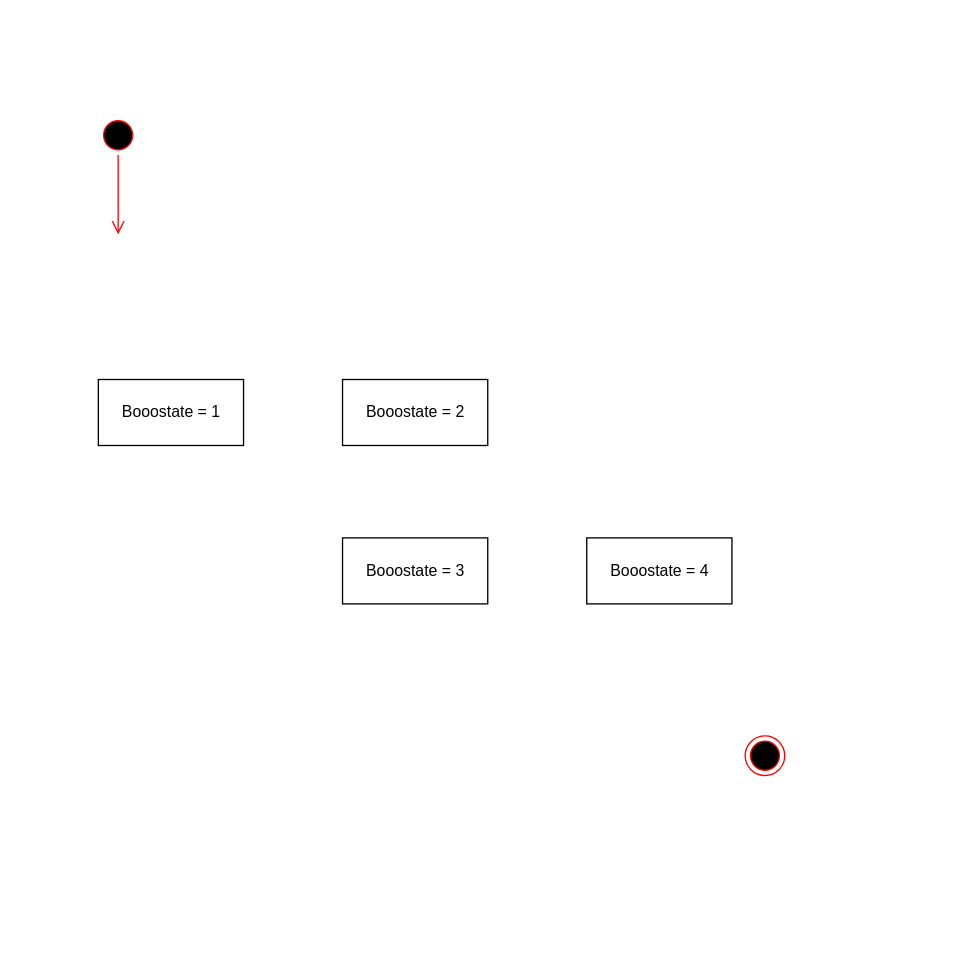
Earlier version of the draw.io diagram Untitled Diagram.drawio (starbuckslatte/starbuckslatte.github.io). Source tidied: cells renumbered, new cells numbered last; positions are measured from the earlier drawing's top-left corner, leaving out a move shared by most shapes. Both pictures are drawn from the tidied source at 132%, with x=0, y=0 at pixel (98, 115).
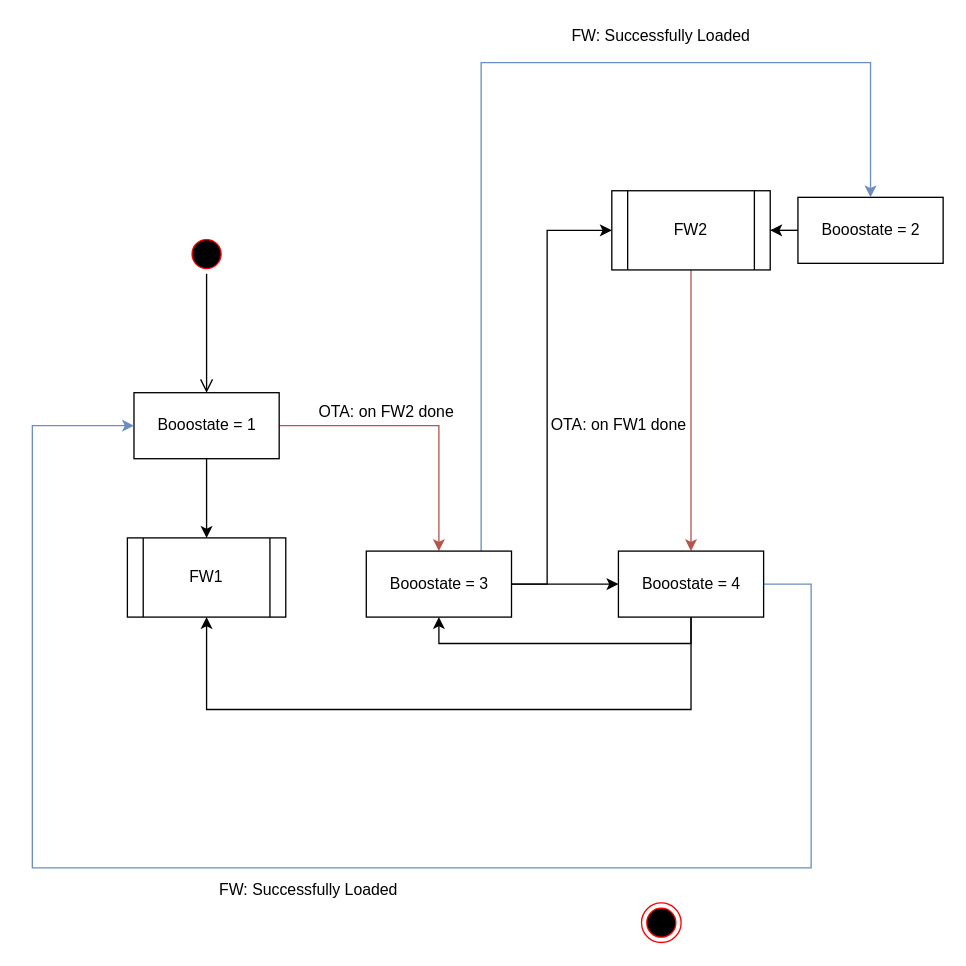
After the change.

What changed in the source:
```diff
@@
     <mxCell id="2" style="ellipse;html=1;shape=startState;fillColor=#000000;strokeColor=#ff0000;" parent="1" vertex="1">
-      <mxGeometry width="30" height="30" as="geometry" />
+      <mxGeometry x="67" y="90" width="30" height="30" as="geometry" />
     </mxCell>
-    <mxCell id="3" style="edgeStyle=orthogonalEdgeStyle;html=1;verticalAlign=bottom;endArrow=open;endSize=8;strokeColor=#ff0000;" parent="1" edge="1" source="2">
-      <mxGeometry relative="1" as="geometry">
-        <mxPoint x="15" y="90" as="targetPoint" />
-      </mxGeometry>
+    <mxCell id="3" style="edgeStyle=orthogonalEdgeStyle;html=1;verticalAlign=bottom;endArrow=open;endSize=8;strokeColor=#000000;" parent="1" edge="1" source="2" target="5">
+      <mxGeometry relative="1" as="geometry" />
     </mxCell>
     <mxCell id="4" style="ellipse;html=1;shape=endState;fillColor=#000000;strokeColor=#ff0000;" parent="1" vertex="1">
-      <mxGeometry x="490" y="470" width="30" height="30" as="geometry" />
+      <mxGeometry x="411.5" y="596.5" width="30" height="30" as="geometry" />
     </mxCell>
+    <mxCell id="9" style="edgeStyle=orthogonalEdgeStyle;rounded=0;jettySize=auto;html=1;fillColor=#f8cecc;strokeColor=#b85450;" parent="1" edge="1" source="5" target="7">
+      <mxGeometry relative="1" as="geometry" />
+    </mxCell>
+    <mxCell id="10" style="edgeStyle=orthogonalEdgeStyle;rounded=0;jettySize=auto;html=1;" parent="1" edge="1" source="5" target="24">
+      <mxGeometry relative="1" as="geometry" />
+    </mxCell>
     <mxCell id="5" value="Booostate = 1" style="html=1;" parent="1" vertex="1">
-      <mxGeometry y="200" width="110" height="50" as="geometry" />
+      <mxGeometry x="27" y="210" width="110" height="50" as="geometry" />
     </mxCell>
+    <mxCell id="11" style="edgeStyle=orthogonalEdgeStyle;rounded=0;jettySize=auto;html=1;fillColor=#f8cecc;strokeColor=#b85450;" parent="1" edge="1" source="6" target="8">
+      <mxGeometry relative="1" as="geometry" />
+    </mxCell>
+    <mxCell id="12" style="edgeStyle=orthogonalEdgeStyle;rounded=0;jettySize=auto;html=1;" parent="1" edge="1" source="6" target="23">
+      <mxGeometry relative="1" as="geometry" />
+    </mxCell>
     <mxCell id="6" value="Booostate = 2" style="html=1;" parent="1" vertex="1">
-      <mxGeometry x="185" y="200" width="110" height="50" as="geometry" />
+      <mxGeometry x="530" y="62" width="110" height="50" as="geometry" />
     </mxCell>
+    <mxCell id="13" style="edgeStyle=orthogonalEdgeStyle;rounded=0;jettySize=auto;html=1;" parent="1" edge="1" source="7" target="8">
+      <mxGeometry relative="1" as="geometry" />
+    </mxCell>
+    <mxCell id="14" style="edgeStyle=orthogonalEdgeStyle;rounded=0;jettySize=auto;html=1;strokeColor=#6c8ebf;fillColor=#dae8fc;entryX=0.5;entryY=0;entryDx=0;entryDy=0;" parent="1" edge="1" source="7" target="6">
+      <mxGeometry relative="1" as="geometry">
+        <Array as="points">
+          <mxPoint x="290" y="-40" />
+          <mxPoint x="585" y="-40" />
+        </Array>
+      </mxGeometry>
+    </mxCell>
+    <mxCell id="15" style="edgeStyle=orthogonalEdgeStyle;rounded=0;jettySize=auto;html=1;exitX=1;exitY=0.5;exitDx=0;exitDy=0;entryX=0;entryY=0.5;entryDx=0;entryDy=0;" parent="1" edge="1" source="7" target="23">
+      <mxGeometry relative="1" as="geometry">
+        <Array as="points">
+          <mxPoint x="340" y="355" />
+          <mxPoint x="340" y="87" />
+        </Array>
+      </mxGeometry>
+    </mxCell>
     <mxCell id="7" value="Booostate = 3" style="html=1;" parent="1" vertex="1">
-      <mxGeometry x="185" y="320" width="110" height="50" as="geometry" />
+      <mxGeometry x="203" y="330" width="110" height="50" as="geometry" />
     </mxCell>
+    <mxCell id="16" style="edgeStyle=orthogonalEdgeStyle;rounded=0;jettySize=auto;html=1;entryX=0.5;entryY=1;entryDx=0;entryDy=0;" parent="1" edge="1" source="8" target="7">
+      <mxGeometry relative="1" as="geometry">
+        <Array as="points">
+          <mxPoint x="449" y="400" />
+          <mxPoint x="258" y="400" />
+        </Array>
+      </mxGeometry>
+    </mxCell>
+    <mxCell id="17" style="edgeStyle=orthogonalEdgeStyle;rounded=0;jettySize=auto;html=1;exitX=1;exitY=0.5;exitDx=0;exitDy=0;entryX=0;entryY=0.5;entryDx=0;entryDy=0;fillColor=#dae8fc;strokeColor=#6c8ebf;" parent="1" edge="1" source="8" target="5">
+      <mxGeometry relative="1" as="geometry">
+        <Array as="points">
+          <mxPoint x="540" y="355" />
+          <mxPoint x="540" y="570" />
+          <mxPoint x="-50" y="570" />
+          <mxPoint x="-50" y="235" />
+        </Array>
+      </mxGeometry>
+    </mxCell>
+    <mxCell id="18" style="edgeStyle=orthogonalEdgeStyle;rounded=0;jettySize=auto;html=1;exitX=0.5;exitY=1;exitDx=0;exitDy=0;entryX=0.5;entryY=1;entryDx=0;entryDy=0;" parent="1" edge="1" source="8" target="24">
+      <mxGeometry relative="1" as="geometry">
+        <Array as="points">
+          <mxPoint x="449" y="450" />
+          <mxPoint x="82" y="450" />
+        </Array>
+      </mxGeometry>
+    </mxCell>
     <mxCell id="8" value="Booostate = 4" style="html=1;" parent="1" vertex="1">
-      <mxGeometry x="370" y="320" width="110" height="50" as="geometry" />
+      <mxGeometry x="394" y="330" width="110" height="50" as="geometry" />
     </mxCell>
+    <mxCell id="19" value="OTA: on FW2 done" style="text;html=1;strokeColor=none;fillColor=none;align=center;verticalAlign=middle;whiteSpace=wrap;rounded=0;" parent="1" vertex="1">
+      <mxGeometry x="165.5" y="215" width="105" height="20" as="geometry" />
+    </mxCell>
+    <mxCell id="20" value="OTA: on FW1 done" style="text;html=1;strokeColor=none;fillColor=none;align=center;verticalAlign=middle;whiteSpace=wrap;rounded=0;" parent="1" vertex="1">
+      <mxGeometry x="341.5" y="225" width="105" height="20" as="geometry" />
+    </mxCell>
+    <mxCell id="21" value="FW: Successfully Loaded" style="text;html=1;strokeColor=none;fillColor=none;align=center;verticalAlign=middle;whiteSpace=wrap;rounded=0;" parent="1" vertex="1">
+      <mxGeometry x="349" y="-70.5" width="155" height="20" as="geometry" />
+    </mxCell>
+    <mxCell id="22" value="FW: Successfully Loaded" style="text;html=1;strokeColor=none;fillColor=none;align=center;verticalAlign=middle;whiteSpace=wrap;rounded=0;" parent="1" vertex="1">
+      <mxGeometry x="82" y="576.7" width="155" height="20" as="geometry" />
+    </mxCell>
+    <mxCell id="23" value="FW2" style="shape=process;whiteSpace=wrap;html=1;backgroundOutline=1;" parent="1" vertex="1">
+      <mxGeometry x="389" y="57" width="120" height="60" as="geometry" />
+    </mxCell>
+    <mxCell id="24" value="FW1" style="shape=process;whiteSpace=wrap;html=1;backgroundOutline=1;" parent="1" vertex="1">
+      <mxGeometry x="22" y="320" width="120" height="60" as="geometry" />
+    </mxCell>
```
